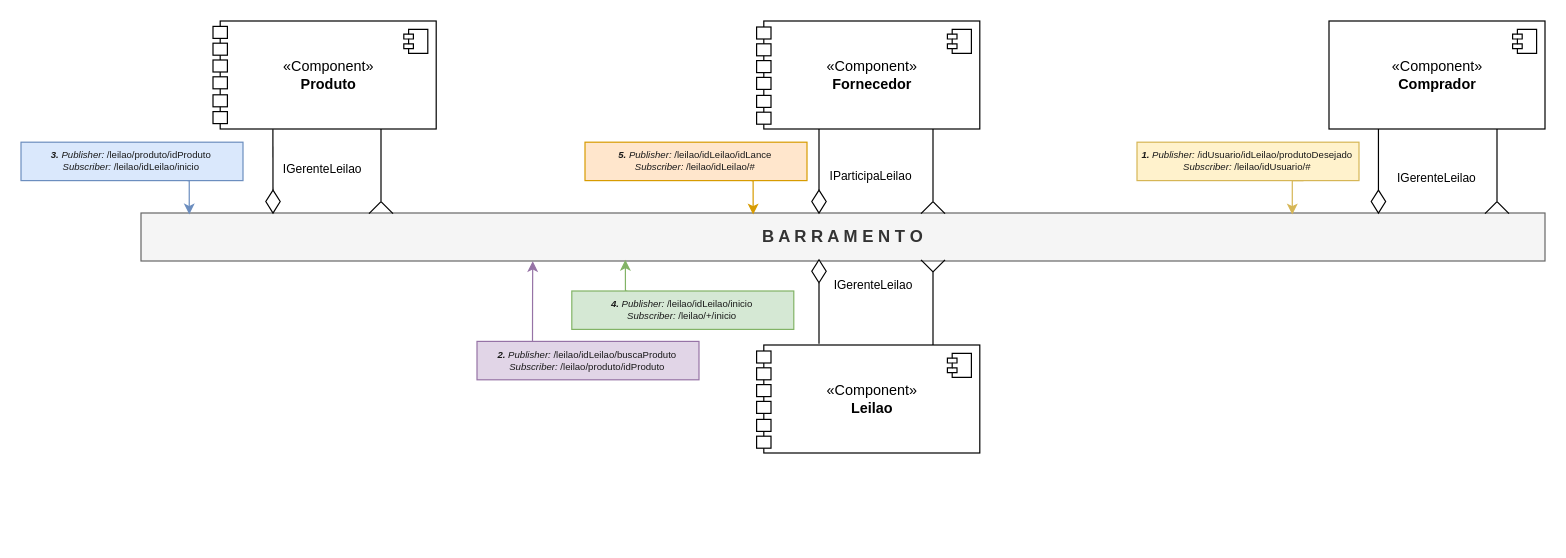
eNove/unicamp-engsoft-2020-inf331 keeps this draw.io diagram as Projeto Final/resources/barramento.drawio. Above is the earlier version. Source tidied: cells renumbered, new cells numbered last; positions are measured from the earlier drawing's top-left corner, leaving out a move shared by most shapes. Both pictures are drawn from the tidied source at 120%, with x=0, y=0 at pixel (20, 20).
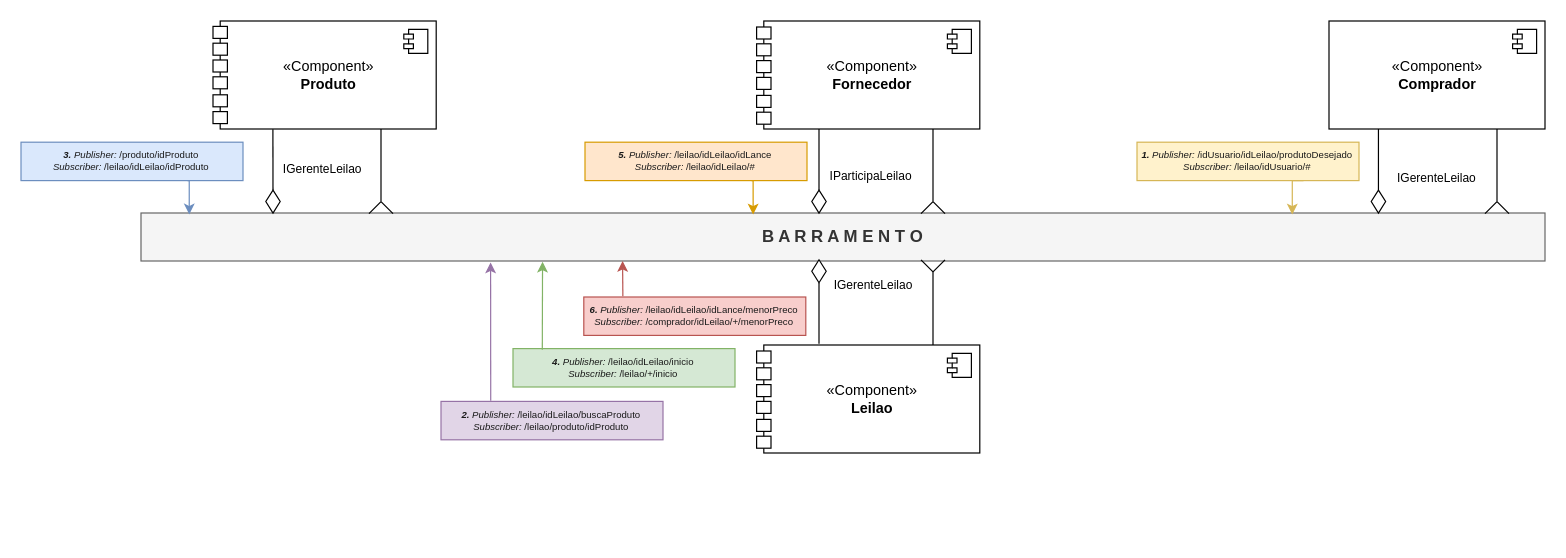
Above is the later version.

Commit message:
Diagrama de barramento atualizado

The change refers to these unchanged cells:
```xml
<mxCell id="9" value="&lt;font size=&quot;1&quot;&gt;&lt;b style=&quot;font-size: 14px&quot;&gt;B A R R A M E N T O&lt;/b&gt;&lt;/font&gt;" style="rounded=0;whiteSpace=wrap;html=1;fontSize=8;fillColor=#f5f5f5;strokeColor=#666666;fontColor=#333333;" parent="1" vertex="1">
  <mxGeometry x="100" y="160" width="1170" height="40" as="geometry" />
</mxCell>
```

Change to the diagram source:
```diff
@@
-    <mxCell id="68" style="edgeStyle=orthogonalEdgeStyle;rounded=0;jettySize=auto;html=1;exitX=0.25;exitY=0;exitDx=0;exitDy=0;entryX=0.345;entryY=0.976;entryDx=0;entryDy=0;entryPerimeter=0;fontColor=#1A1A1A;fillColor=#d5e8d4;strokeColor=#82b366;" parent="1" edge="1" source="69" target="9">
-      <mxGeometry relative="1" as="geometry" />
-    </mxCell>
     <mxCell id="69" style="rounded=0;whiteSpace=wrap;html=1;fontSize=15;verticalAlign=middle;labelBackgroundColor=#FFF2CC;fillColor=#d5e8d4;strokeColor=#82b366;" parent="1" vertex="1">
-      <mxGeometry x="459" y="225" width="185" height="32" as="geometry" />
+      <mxGeometry x="410" y="273" width="185" height="32" as="geometry" />
     </mxCell>
     <mxCell id="70" value="&lt;i&gt;&lt;b&gt;&lt;font style=&quot;font-size: 8px&quot;&gt;4.&lt;/font&gt;&lt;/b&gt; Publisher:&lt;/i&gt; /leilao/idLeilao/inicio&lt;br&gt;&lt;i&gt;Subscriber:&lt;/i&gt;&amp;nbsp;/leilao/+/inicio" style="text;html=1;strokeColor=none;fillColor=none;align=center;verticalAlign=middle;whiteSpace=wrap;rounded=0;labelBackgroundColor=none;fontSize=8;fontColor=#1A1A1A;" parent="1" vertex="1">
-      <mxGeometry x="459" y="231" width="184" height="20" as="geometry" />
+      <mxGeometry x="410" y="279" width="184" height="20" as="geometry" />
     </mxCell>
-    <mxCell id="71" style="edgeStyle=orthogonalEdgeStyle;rounded=0;jettySize=auto;html=1;exitX=0.25;exitY=0;exitDx=0;exitDy=0;entryX=0.279;entryY=1.003;entryDx=0;entryDy=0;entryPerimeter=0;fontColor=#1A1A1A;fillColor=#e1d5e7;strokeColor=#9673a6;" parent="1" edge="1" source="72" target="9">
-      <mxGeometry relative="1" as="geometry" />
-    </mxCell>
     <mxCell id="72" style="rounded=0;whiteSpace=wrap;html=1;fontSize=15;verticalAlign=middle;labelBackgroundColor=#FFF2CC;fillColor=#e1d5e7;strokeColor=#9673a6;" parent="1" vertex="1">
-      <mxGeometry x="380" y="267" width="185" height="32" as="geometry" />
+      <mxGeometry x="350" y="317" width="185" height="32" as="geometry" />
     </mxCell>
     <mxCell id="73" value="&lt;i&gt;&lt;b&gt;&lt;font style=&quot;font-size: 8px&quot;&gt;2.&lt;/font&gt;&lt;/b&gt; Publisher:&lt;/i&gt; /leilao/idLeilao/buscaProduto&lt;br&gt;&lt;i&gt;Subscriber:&lt;/i&gt;&amp;nbsp;/leilao/produto/idProduto" style="text;html=1;strokeColor=none;fillColor=none;align=center;verticalAlign=middle;whiteSpace=wrap;rounded=0;labelBackgroundColor=none;fontSize=8;fontColor=#1A1A1A;" parent="1" vertex="1">
-      <mxGeometry x="380" y="273" width="184" height="20" as="geometry" />
+      <mxGeometry x="350" y="323" width="184" height="20" as="geometry" />
     </mxCell>
@@
-    <mxCell id="76" value="&lt;i&gt;&lt;b&gt;&lt;font style=&quot;font-size: 8px&quot;&gt;3.&lt;/font&gt;&lt;/b&gt; Publisher:&lt;/i&gt; /leilao/produto/idProduto&lt;br&gt;&lt;i&gt;Subscriber:&lt;/i&gt;&amp;nbsp;/leilao/idLeilao/inicio" style="text;html=1;strokeColor=none;fillColor=none;align=center;verticalAlign=middle;whiteSpace=wrap;rounded=0;labelBackgroundColor=none;fontSize=8;fontColor=#1A1A1A;" parent="1" vertex="1">
+    <mxCell id="76" value="&lt;i&gt;&lt;b&gt;&lt;font style=&quot;font-size: 8px&quot;&gt;3.&lt;/font&gt;&lt;/b&gt; Publisher:&lt;/i&gt;&amp;nbsp;/produto/idProduto&lt;br&gt;&lt;i&gt;Subscriber:&lt;/i&gt;&amp;nbsp;/leilao/idLeilao/idProduto" style="text;html=1;strokeColor=none;fillColor=none;align=center;verticalAlign=middle;whiteSpace=wrap;rounded=0;labelBackgroundColor=none;fontSize=8;fontColor=#1A1A1A;" parent="1" vertex="1">
       <mxGeometry y="107" width="184" height="20" as="geometry" />
     </mxCell>
@@
+    <mxCell id="80" style="rounded=0;whiteSpace=wrap;html=1;fontSize=15;verticalAlign=middle;labelBackgroundColor=#FFF2CC;fillColor=#f8cecc;strokeColor=#b85450;" parent="1" vertex="1">
+      <mxGeometry x="469" y="230" width="185" height="32" as="geometry" />
+    </mxCell>
+    <mxCell id="81" value="&lt;i&gt;&lt;b&gt;&lt;font style=&quot;font-size: 8px&quot;&gt;6.&lt;/font&gt;&lt;/b&gt; Publisher:&lt;/i&gt; /leilao/idLeilao/idLance/menorPreco&lt;br&gt;&lt;i&gt;Subscriber:&lt;/i&gt;&amp;nbsp;/comprador/idLeilao/+/menorPreco" style="text;html=1;strokeColor=none;fillColor=none;align=center;verticalAlign=middle;whiteSpace=wrap;rounded=0;labelBackgroundColor=none;fontSize=8;fontColor=#1A1A1A;" parent="1" vertex="1">
+      <mxGeometry x="469" y="236" width="184" height="20" as="geometry" />
+    </mxCell>
+    <mxCell id="71" style="endArrow=classic;html=1;exitX=0.224;exitY=-0.014;exitDx=0;exitDy=0;exitPerimeter=0;entryX=0.249;entryY=1.031;entryDx=0;entryDy=0;entryPerimeter=0;fillColor=#e1d5e7;strokeColor=#9673a6;" parent="1" edge="1" source="72" target="9">
+      <mxGeometry relative="1" as="geometry" />
+    </mxCell>
+    <mxCell id="68" style="endArrow=classic;html=1;exitX=0.132;exitY=0.032;exitDx=0;exitDy=0;exitPerimeter=0;entryX=0.286;entryY=1.016;entryDx=0;entryDy=0;entryPerimeter=0;fillColor=#d5e8d4;strokeColor=#82b366;" parent="1" edge="1" source="69" target="9">
+      <mxGeometry relative="1" as="geometry" />
+    </mxCell>
+    <mxCell id="82" style="endArrow=classic;html=1;exitX=0.176;exitY=-0.017;exitDx=0;exitDy=0;exitPerimeter=0;entryX=0.343;entryY=0.999;entryDx=0;entryDy=0;entryPerimeter=0;fillColor=#f8cecc;strokeColor=#b85450;" parent="1" edge="1" source="80" target="9">
+      <mxGeometry relative="1" as="geometry" />
+    </mxCell>
```
